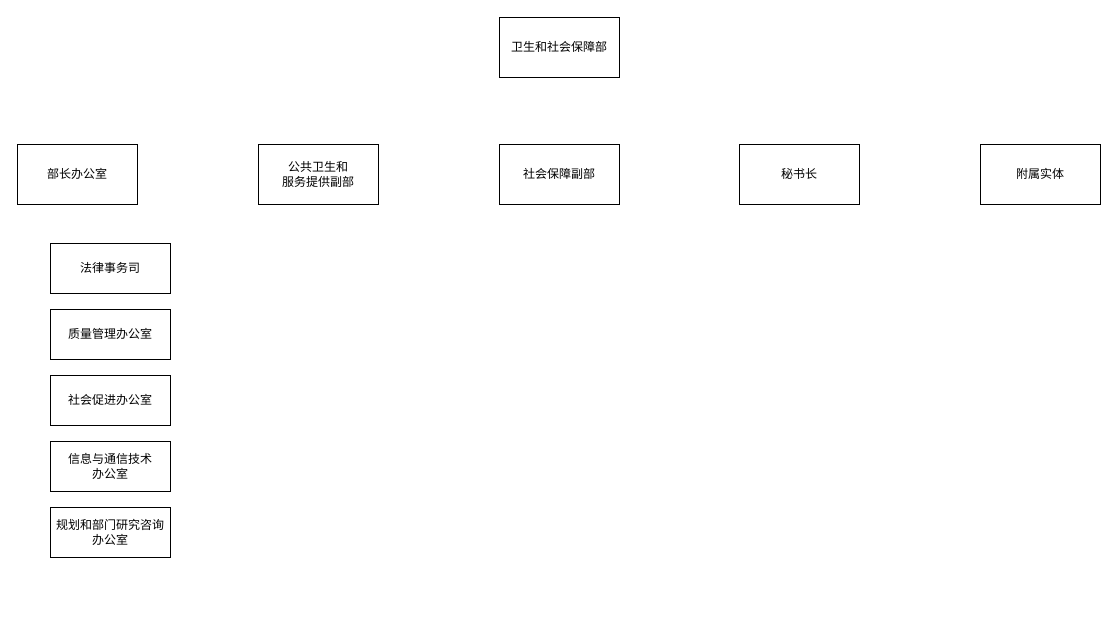
The draw.io diagram images/wsb.drawio in Seanxz401/draws, before the edit. Source tidied: cells renumbered, new cells numbered last; positions are measured from the earlier drawing's top-left corner, leaving out a move shared by most shapes. Both pictures are drawn from the tidied source at 100%, with x=0, y=0 at pixel (17, 17).
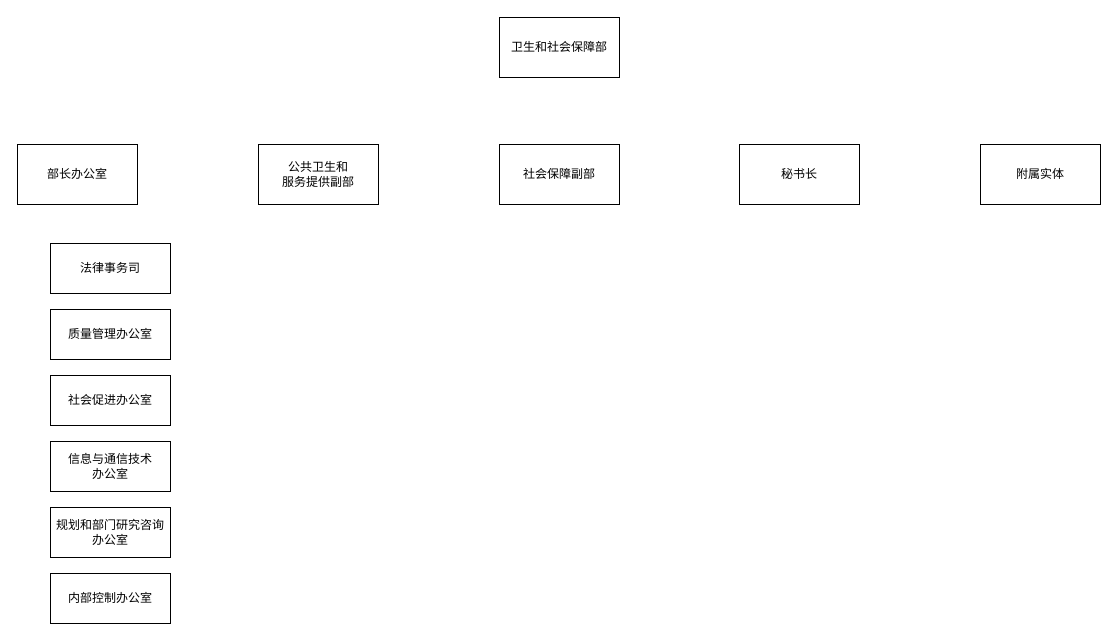
The same diagram, later.

Diff of the diagram source:
```diff
@@
 <mxGraphModel>
   <root>
     <mxCell id="0" />
     <mxCell id="1" parent="0" />
     <mxCell id="2" value="卫生和社会保障部" style="rounded=0;whiteSpace=wrap;html=1;" parent="1" vertex="1">
       <mxGeometry x="482" width="120" height="60" as="geometry" />
     </mxCell>
     <mxCell id="3" value="部长办公室" style="rounded=0;whiteSpace=wrap;html=1;" parent="1" vertex="1">
       <mxGeometry y="127" width="120" height="60" as="geometry" />
     </mxCell>
     <mxCell id="4" value="公共卫生和&lt;div&gt;服务提供副部&lt;/div&gt;" style="rounded=0;whiteSpace=wrap;html=1;" parent="1" vertex="1">
       <mxGeometry x="241" y="127" width="120" height="60" as="geometry" />
     </mxCell>
     <mxCell id="5" value="社会保障副部" style="rounded=0;whiteSpace=wrap;html=1;" parent="1" vertex="1">
       <mxGeometry x="482" y="127" width="120" height="60" as="geometry" />
     </mxCell>
     <mxCell id="6" value="秘书长" style="rounded=0;whiteSpace=wrap;html=1;" parent="1" vertex="1">
       <mxGeometry x="722" y="127" width="120" height="60" as="geometry" />
     </mxCell>
     <mxCell id="7" value="附属实体" style="rounded=0;whiteSpace=wrap;html=1;" parent="1" vertex="1">
       <mxGeometry x="963" y="127" width="120" height="60" as="geometry" />
     </mxCell>
     <mxCell id="8" value="法律事务司" style="rounded=0;whiteSpace=wrap;html=1;" parent="1" vertex="1">
       <mxGeometry x="33" y="226" width="120" height="50" as="geometry" />
     </mxCell>
     <mxCell id="9" value="&lt;div&gt;质量管理办公室&lt;/div&gt;" style="rounded=0;whiteSpace=wrap;html=1;" parent="1" vertex="1">
       <mxGeometry x="33" y="292" width="120" height="50" as="geometry" />
     </mxCell>
     <mxCell id="10" value="&lt;div&gt;&lt;span style=&quot;background-color: initial;&quot;&gt;社会促进办公室&lt;/span&gt;&lt;/div&gt;&lt;div&gt;&lt;/div&gt;" style="rounded=0;whiteSpace=wrap;html=1;" parent="1" vertex="1">
       <mxGeometry x="33" y="358" width="120" height="50" as="geometry" />
     </mxCell>
     <mxCell id="11" value="&lt;div&gt;&lt;div&gt;&lt;span style=&quot;background-color: initial;&quot;&gt;信息与通信技术&lt;/span&gt;&lt;/div&gt;&lt;div&gt;&lt;span style=&quot;background-color: initial;&quot;&gt;办公室&lt;/span&gt;&lt;/div&gt;&lt;/div&gt;&lt;div&gt;&lt;/div&gt;" style="rounded=0;whiteSpace=wrap;html=1;" parent="1" vertex="1">
       <mxGeometry x="33" y="424" width="120" height="50" as="geometry" />
     </mxCell>
     <mxCell id="12" value="&lt;div&gt;&lt;div&gt;规划和部门研究咨询办公室&lt;br&gt;&lt;/div&gt;&lt;/div&gt;&lt;div&gt;&lt;/div&gt;" style="rounded=0;whiteSpace=wrap;html=1;" parent="1" vertex="1">
       <mxGeometry x="33" y="490" width="120" height="50" as="geometry" />
     </mxCell>
+    <mxCell id="13" value="&lt;div&gt;&lt;div&gt;内部控制办公室&lt;br&gt;&lt;/div&gt;&lt;/div&gt;&lt;div&gt;&lt;/div&gt;" style="rounded=0;whiteSpace=wrap;html=1;" parent="1" vertex="1">
+      <mxGeometry x="33" y="556" width="120" height="50" as="geometry" />
+    </mxCell>
   </root>
 </mxGraphModel>
```
